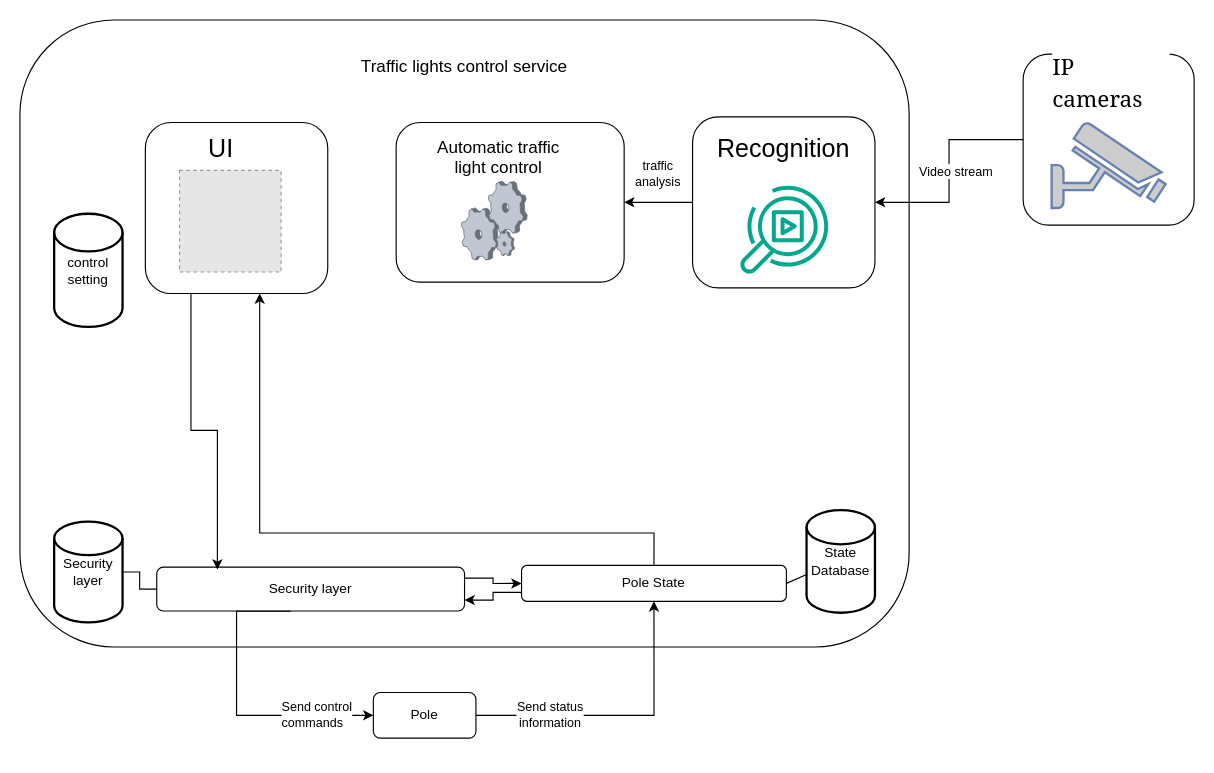
Mrazbb/OAMK_DDD keeps this draw.io diagram as Untitled Diagram.drawio. Above is the earlier version. Source tidied: cells renumbered, new cells numbered last; positions are measured from the earlier drawing's top-left corner, leaving out a move shared by most shapes. Both pictures are drawn from the tidied source at 114%, with x=0, y=0 at pixel (19, 19). Pictures stored in the file or linked from it are replaced by grey dashed boxes.
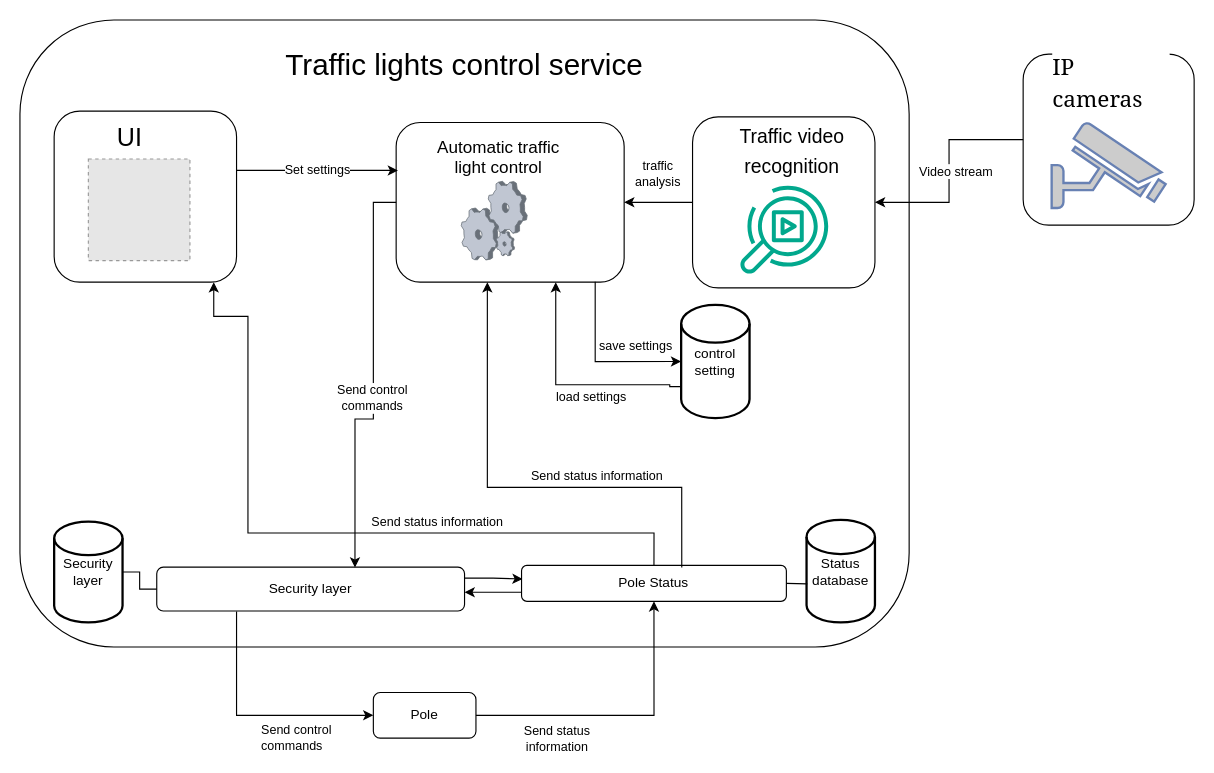
The same page after the edit.

The change refers to these unchanged cells:
```xml
<mxCell id="2" value="Pole" style="rounded=1;whiteSpace=wrap;html=1;" parent="1" vertex="1">
  <mxGeometry x="310" y="590" width="90" height="40" as="geometry" />
</mxCell>
<mxCell id="4" style="rounded=1;whiteSpace=wrap;html=1;align=center;" parent="3" vertex="1">
  <mxGeometry x="-30" y="-170" width="780" height="550" as="geometry" />
</mxCell>
<mxCell id="8" value="Security layer" style="rounded=1;whiteSpace=wrap;html=1;" parent="4" vertex="1">
  <mxGeometry x="120" y="480" width="270" height="38.5" as="geometry" />
</mxCell>
<mxCell id="15" style="rounded=1;whiteSpace=wrap;html=1;" parent="4" vertex="1">
  <mxGeometry x="330" y="90" width="200" height="140" as="geometry" />
</mxCell>
<mxCell id="20" style="rounded=1;whiteSpace=wrap;html=1;" parent="4" vertex="1">
  <mxGeometry x="590" y="85" width="160" height="150" as="geometry" />
</mxCell>
<mxCell id="33" style="rounded=0;jettySize=auto;html=1;exitX=1;exitY=0.5;exitDx=0;exitDy=0;entryX=0.5;entryY=1;entryDx=0;entryDy=0;labelBackgroundColor=default;strokeColor=default;align=center;verticalAlign=middle;fontFamily=Helvetica;fontSize=11;fontColor=default;endArrow=classic;edgeStyle=orthogonalEdgeStyle;" parent="1" edge="1" source="2" target="10">
  <mxGeometry relative="1" as="geometry" />
</mxCell>
```

What changed in the source:
```diff
@@
-    <mxCell id="5" value="Traffic lights control service" style="text;html=1;strokeColor=none;fillColor=none;align=center;verticalAlign=middle;whiteSpace=wrap;rounded=0;fontSize=15;" parent="4" vertex="1">
+    <mxCell id="5" value="Traffic lights control service" style="text;html=1;strokeColor=none;fillColor=none;align=center;verticalAlign=middle;whiteSpace=wrap;rounded=0;fontSize=26;" parent="4" vertex="1">
       <mxGeometry x="216" y="16.2" width="347.9" height="48.5" as="geometry" />
     </mxCell>
@@
-    <mxCell id="7" style="edgeStyle=orthogonalEdgeStyle;shape=connector;rounded=0;jettySize=auto;html=1;exitX=1;exitY=0.25;exitDx=0;exitDy=0;labelBackgroundColor=default;strokeColor=default;align=center;verticalAlign=middle;fontFamily=Helvetica;fontSize=11;fontColor=default;endArrow=classic;entryX=0;entryY=0.5;entryDx=0;entryDy=0;" parent="4" edge="1" source="8" target="10">
-      <mxGeometry relative="1" as="geometry" />
+    <mxCell id="7" style="edgeStyle=orthogonalEdgeStyle;shape=connector;rounded=0;jettySize=auto;html=1;exitX=1;exitY=0.25;exitDx=0;exitDy=0;labelBackgroundColor=default;strokeColor=default;align=center;verticalAlign=middle;fontFamily=Helvetica;fontSize=11;fontColor=default;endArrow=classic;entryX=0.004;entryY=0.378;entryDx=0;entryDy=0;entryPerimeter=0;" parent="4" edge="1" source="8" target="10">
+      <mxGeometry relative="1" as="geometry">
+        <Array as="points">
+          <mxPoint x="415" y="490" />
+        </Array>
+      </mxGeometry>
     </mxCell>
@@
-    <mxCell id="9" style="edgeStyle=orthogonalEdgeStyle;shape=connector;rounded=0;jettySize=auto;html=1;exitX=0;exitY=0.75;exitDx=0;exitDy=0;entryX=1;entryY=0.75;entryDx=0;entryDy=0;labelBackgroundColor=default;strokeColor=default;align=center;verticalAlign=middle;fontFamily=Helvetica;fontSize=11;fontColor=default;endArrow=classic;" parent="4" edge="1" source="10" target="8">
-      <mxGeometry relative="1" as="geometry" />
+    <mxCell id="9" style="edgeStyle=orthogonalEdgeStyle;shape=connector;rounded=0;jettySize=auto;html=1;exitX=0;exitY=0.75;exitDx=0;exitDy=0;labelBackgroundColor=default;strokeColor=default;align=center;verticalAlign=middle;fontFamily=Helvetica;fontSize=11;fontColor=default;endArrow=classic;" parent="4" edge="1" source="10">
+      <mxGeometry relative="1" as="geometry">
+        <mxPoint x="390" y="502" as="targetPoint" />
+        <Array as="points">
+          <mxPoint x="390" y="502" />
+        </Array>
+      </mxGeometry>
     </mxCell>
-    <mxCell id="10" value="Pole State" style="rounded=1;whiteSpace=wrap;html=1;" parent="4" vertex="1">
+    <mxCell id="10" value="Pole Status" style="rounded=1;whiteSpace=wrap;html=1;" parent="4" vertex="1">
       <mxGeometry x="440" y="478.5" width="232.3" height="31.5" as="geometry" />
     </mxCell>
@@
-    <mxCell id="13" value="State Database" style="strokeWidth=2;html=1;shape=mxgraph.flowchart.database;whiteSpace=wrap;" parent="4" vertex="1">
-      <mxGeometry x="690" y="430" width="60" height="90" as="geometry" />
+    <mxCell id="13" value="Status&lt;br&gt;database" style="strokeWidth=2;html=1;shape=mxgraph.flowchart.database;whiteSpace=wrap;" parent="4" vertex="1">
+      <mxGeometry x="690" y="438.5" width="60" height="90" as="geometry" />
     </mxCell>
@@
-    <mxCell id="18" value="control setting" style="strokeWidth=2;html=1;shape=mxgraph.flowchart.database;whiteSpace=wrap;" parent="4" vertex="1">
-      <mxGeometry x="30" y="170" width="60" height="99.3" as="geometry" />
-    </mxCell>
@@
-    <mxCell id="21" value="Recognition" style="text;html=1;strokeColor=none;fillColor=none;align=center;verticalAlign=middle;whiteSpace=wrap;rounded=0;fontFamily=Helvetica;fontSize=22;fontColor=default;" parent="20" vertex="1">
-      <mxGeometry x="34.8" y="16.8" width="90.3" height="25.2" as="geometry" />
+    <mxCell id="21" value="&lt;font style=&quot;font-size: 17px;&quot;&gt;Traffic video recognition&lt;br&gt;&lt;/font&gt;" style="text;html=1;strokeColor=none;fillColor=none;align=center;verticalAlign=middle;whiteSpace=wrap;rounded=0;fontFamily=Helvetica;fontSize=22;fontColor=default;" parent="20" vertex="1">
+      <mxGeometry x="34.8" y="16.8" width="105.2" height="25.2" as="geometry" />
     </mxCell>
@@
     <mxCell id="23" style="rounded=1;whiteSpace=wrap;html=1;" parent="4" vertex="1">
-      <mxGeometry x="110" y="90" width="160" height="150" as="geometry" />
+      <mxGeometry x="30" y="80" width="160" height="150" as="geometry" />
     </mxCell>
@@
-    <mxCell id="26" style="edgeStyle=orthogonalEdgeStyle;shape=connector;rounded=0;jettySize=auto;html=1;exitX=0.5;exitY=0;exitDx=0;exitDy=0;entryX=0.627;entryY=0.999;entryDx=0;entryDy=0;entryPerimeter=0;labelBackgroundColor=default;strokeColor=default;align=center;verticalAlign=middle;fontFamily=Helvetica;fontSize=11;fontColor=default;endArrow=classic;" parent="4" edge="1" source="10" target="23">
+    <mxCell id="26" style="edgeStyle=orthogonalEdgeStyle;shape=connector;rounded=0;jettySize=auto;html=1;exitX=0.5;exitY=0;exitDx=0;exitDy=0;labelBackgroundColor=default;strokeColor=default;align=center;verticalAlign=middle;fontFamily=Helvetica;fontSize=11;fontColor=default;endArrow=classic;" parent="4" edge="1" source="10">
       <mxGeometry relative="1" as="geometry">
+        <mxPoint x="170" y="230" as="targetPoint" />
         <Array as="points">
           <mxPoint x="556" y="450" />
-          <mxPoint x="210" y="450" />
+          <mxPoint x="200" y="450" />
+          <mxPoint x="200" y="260" />
+          <mxPoint x="170" y="260" />
         </Array>
       </mxGeometry>
     </mxCell>
+    <mxCell id="38" value="Send status information" style="edgeLabel;html=1;align=center;verticalAlign=middle;fontFamily=Helvetica;fontSize=11;fontColor=default;" parent="26" vertex="1">
+      <mxGeometry x="-0.31" y="-2" relative="1" as="geometry">
+        <mxPoint y="-9" as="offset" />
+      </mxGeometry>
+    </mxCell>
@@
-    <mxCell id="28" style="edgeStyle=orthogonalEdgeStyle;shape=connector;rounded=0;jettySize=auto;html=1;exitX=0.25;exitY=1;exitDx=0;exitDy=0;entryX=0.197;entryY=0.053;entryDx=0;entryDy=0;entryPerimeter=0;labelBackgroundColor=default;strokeColor=default;align=center;verticalAlign=middle;fontFamily=Helvetica;fontSize=11;fontColor=default;endArrow=classic;" parent="4" edge="1" source="23" target="8">
-      <mxGeometry relative="1" as="geometry" />
+    <mxCell id="28" style="edgeStyle=orthogonalEdgeStyle;shape=connector;rounded=0;jettySize=auto;html=1;labelBackgroundColor=default;strokeColor=default;align=center;verticalAlign=middle;fontFamily=Helvetica;fontSize=11;fontColor=default;endArrow=classic;entryX=0.644;entryY=0.006;entryDx=0;entryDy=0;entryPerimeter=0;" parent="4" edge="1" source="15" target="8">
+      <mxGeometry relative="1" as="geometry">
+        <Array as="points">
+          <mxPoint x="310" y="160" />
+          <mxPoint x="310" y="350" />
+          <mxPoint x="294" y="350" />
+        </Array>
+      </mxGeometry>
     </mxCell>
+    <mxCell id="39" value="Send control&lt;br&gt;commands&lt;br&gt;" style="edgeLabel;html=1;align=center;verticalAlign=middle;fontFamily=Helvetica;fontSize=11;fontColor=default;" parent="28" vertex="1">
+      <mxGeometry x="0.07" y="-2" relative="1" as="geometry" />
+    </mxCell>
+    <mxCell id="40" style="edgeStyle=orthogonalEdgeStyle;shape=connector;rounded=0;jettySize=auto;html=1;exitX=0.022;exitY=0.722;exitDx=0;exitDy=0;exitPerimeter=0;entryX=0.75;entryY=1;entryDx=0;entryDy=0;labelBackgroundColor=default;strokeColor=default;align=center;verticalAlign=middle;fontFamily=Helvetica;fontSize=11;fontColor=default;endArrow=classic;" parent="4" edge="1" source="18">
+      <mxGeometry relative="1" as="geometry">
+        <mxPoint x="470" y="230" as="targetPoint" />
+        <Array as="points">
+          <mxPoint x="570" y="322" />
+          <mxPoint x="570" y="320" />
+          <mxPoint x="470" y="320" />
+        </Array>
+      </mxGeometry>
+    </mxCell>
+    <mxCell id="41" value="load settings" style="edgeLabel;html=1;align=center;verticalAlign=middle;fontFamily=Helvetica;fontSize=11;fontColor=default;" parent="40" vertex="1">
+      <mxGeometry x="0.37" y="1" relative="1" as="geometry">
+        <mxPoint x="31" y="36" as="offset" />
+      </mxGeometry>
+    </mxCell>
+    <mxCell id="18" value="control setting" style="strokeWidth=2;html=1;shape=mxgraph.flowchart.database;whiteSpace=wrap;" parent="4" vertex="1">
+      <mxGeometry x="580" y="250" width="60" height="99.3" as="geometry" />
+    </mxCell>
+    <mxCell id="42" style="edgeStyle=orthogonalEdgeStyle;shape=connector;rounded=0;jettySize=auto;html=1;entryX=0;entryY=0.5;entryDx=0;entryDy=0;entryPerimeter=0;labelBackgroundColor=default;strokeColor=default;align=center;verticalAlign=middle;fontFamily=Helvetica;fontSize=11;fontColor=default;endArrow=classic;exitX=0.873;exitY=0.998;exitDx=0;exitDy=0;exitPerimeter=0;" parent="4" edge="1" source="15" target="18">
+      <mxGeometry relative="1" as="geometry" />
+    </mxCell>
+    <mxCell id="43" value="save settings" style="edgeLabel;html=1;align=center;verticalAlign=middle;fontFamily=Helvetica;fontSize=11;fontColor=default;" parent="42" vertex="1">
+      <mxGeometry x="-0.19" y="2" relative="1" as="geometry">
+        <mxPoint x="33" y="-3" as="offset" />
+      </mxGeometry>
+    </mxCell>
+    <mxCell id="44" value="Set settings" style="edgeStyle=orthogonalEdgeStyle;shape=connector;rounded=0;jettySize=auto;html=1;labelBackgroundColor=default;strokeColor=default;align=center;verticalAlign=middle;fontFamily=Helvetica;fontSize=11;fontColor=default;endArrow=classic;entryX=0.008;entryY=0.3;entryDx=0;entryDy=0;entryPerimeter=0;" parent="4" edge="1" source="23" target="15">
+      <mxGeometry relative="1" as="geometry">
+        <Array as="points">
+          <mxPoint x="240" y="132" />
+          <mxPoint x="240" y="132" />
+        </Array>
+      </mxGeometry>
+    </mxCell>
+    <mxCell id="45" style="edgeStyle=orthogonalEdgeStyle;shape=connector;rounded=0;jettySize=auto;html=1;exitX=0.605;exitY=0.054;exitDx=0;exitDy=0;labelBackgroundColor=default;strokeColor=default;align=center;verticalAlign=middle;fontFamily=Helvetica;fontSize=11;fontColor=default;endArrow=classic;exitPerimeter=0;entryX=0.4;entryY=1;entryDx=0;entryDy=0;entryPerimeter=0;" parent="4" edge="1" source="10" target="15">
+      <mxGeometry relative="1" as="geometry">
+        <Array as="points">
+          <mxPoint x="581" y="410" />
+          <mxPoint x="410" y="410" />
+        </Array>
+      </mxGeometry>
+    </mxCell>
+    <mxCell id="46" value="Send status information" style="edgeLabel;html=1;align=center;verticalAlign=middle;fontFamily=Helvetica;fontSize=11;fontColor=default;" parent="45" vertex="1">
+      <mxGeometry x="-0.31" y="-2" relative="1" as="geometry">
+        <mxPoint y="-9" as="offset" />
+      </mxGeometry>
+    </mxCell>
@@
     <mxCell id="34" value="Send status &lt;br&gt;information" style="edgeLabel;html=1;align=center;verticalAlign=middle;fontFamily=Helvetica;fontSize=11;fontColor=default;" parent="33" vertex="1">
-      <mxGeometry x="-0.5" y="1" relative="1" as="geometry" />
+      <mxGeometry x="-0.5" y="1" relative="1" as="geometry">
+        <mxPoint x="6" y="21" as="offset" />
+      </mxGeometry>
     </mxCell>
-    <mxCell id="35" value="Send control &lt;br&gt;commands" style="rounded=0;jettySize=auto;html=1;exitX=0.435;exitY=1.006;exitDx=0;exitDy=0;labelBorderColor=none;align=left;entryX=0;entryY=0.5;entryDx=0;entryDy=0;exitPerimeter=0;edgeStyle=orthogonalEdgeStyle;" parent="1" edge="1" source="8" target="2">
-      <mxGeometry x="0.37" relative="1" as="geometry">
+    <mxCell id="35" value="Send control &lt;br&gt;commands" style="rounded=0;jettySize=auto;html=1;labelBorderColor=none;align=left;entryX=0;entryY=0.5;entryDx=0;entryDy=0;edgeStyle=orthogonalEdgeStyle;" parent="1" edge="1" target="2">
+      <mxGeometry x="0.05" y="-20" relative="1" as="geometry">
+        <mxPoint x="190" y="519" as="sourcePoint" />
         <Array as="points">
           <mxPoint x="190" y="519" />
           <mxPoint x="190" y="610" />
         </Array>
       </mxGeometry>
     </mxCell>
```
